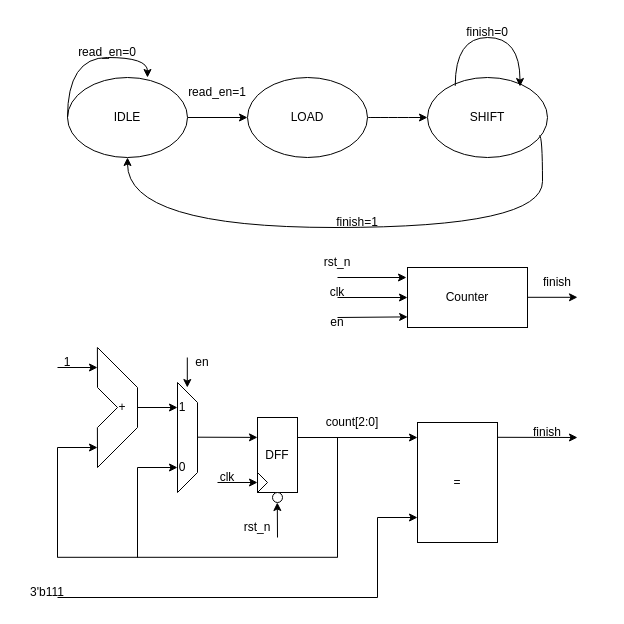
106210049/NVM-reader keeps this draw.io diagram as page "FSM" (2 of 4) of NVM.drawio. Above is the earlier version. Source tidied: cells renumbered, new cells numbered last; positions are measured from the earlier drawing's top-left corner, leaving out a move shared by most shapes. Both pictures are drawn from the tidied source at 100%, with x=0, y=0 at pixel (17, 17).
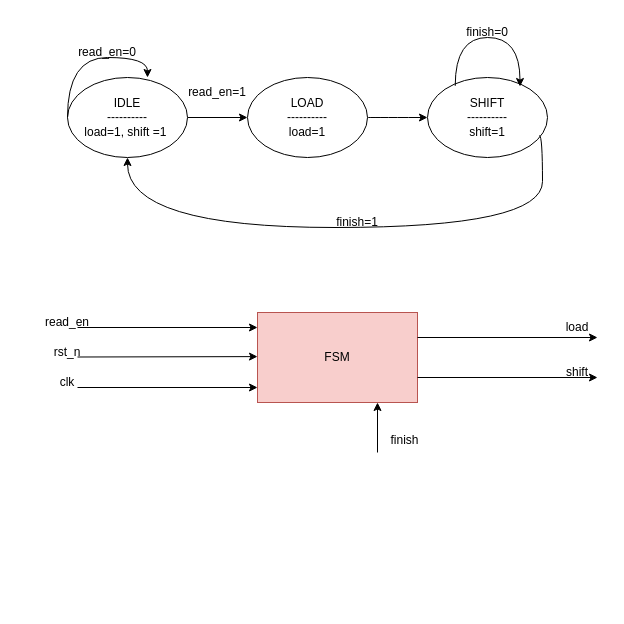
The same page after the edit.

Change to the diagram source:
```diff
@@
-    <mxCell id="3" value="IDLE" style="ellipse;whiteSpace=wrap;html=1;" parent="1" vertex="1">
+    <mxCell id="3" value="IDLE&lt;div&gt;&lt;div&gt;----------&lt;/div&gt;&lt;div&gt;load=1, shift =1&amp;nbsp;&lt;/div&gt;&lt;/div&gt;" style="ellipse;whiteSpace=wrap;html=1;" parent="1" vertex="1">
       <mxGeometry x="50" y="60" width="120" height="80" as="geometry" />
     </mxCell>
@@
-    <mxCell id="5" value="LOAD" style="ellipse;whiteSpace=wrap;html=1;" parent="1" vertex="1">
+    <mxCell id="5" value="LOAD&lt;div&gt;----------&lt;/div&gt;&lt;div&gt;load=1&lt;/div&gt;" style="ellipse;whiteSpace=wrap;html=1;" parent="1" vertex="1">
       <mxGeometry x="230" y="60" width="120" height="80" as="geometry" />
     </mxCell>
-    <mxCell id="6" value="SHIFT" style="ellipse;whiteSpace=wrap;html=1;" parent="1" vertex="1">
+    <mxCell id="6" value="SHIFT&lt;div&gt;&lt;div&gt;----------&lt;/div&gt;&lt;div&gt;shift=1&lt;/div&gt;&lt;/div&gt;" style="ellipse;whiteSpace=wrap;html=1;" parent="1" vertex="1">
       <mxGeometry x="410" y="60" width="120" height="80" as="geometry" />
     </mxCell>
@@
-    <mxCell id="14" style="endArrow=none;html=1;rounded=0;" parent="1" edge="1">
-      <mxGeometry relative="1" as="geometry">
-        <mxPoint x="120" y="370" as="sourcePoint" />
-        <mxPoint x="80" y="330" as="targetPoint" />
-      </mxGeometry>
-    </mxCell>
-    <mxCell id="15" style="endArrow=none;html=1;rounded=0;" parent="1" edge="1">
-      <mxGeometry relative="1" as="geometry">
-        <mxPoint x="120" y="410" as="sourcePoint" />
-        <mxPoint x="120" y="370" as="targetPoint" />
-      </mxGeometry>
-    </mxCell>
-    <mxCell id="16" style="endArrow=classic;html=1;rounded=0;" parent="1" edge="1">
-      <mxGeometry relative="1" as="geometry">
-        <mxPoint x="120" y="390" as="sourcePoint" />
-        <mxPoint x="160" y="390" as="targetPoint" />
-      </mxGeometry>
-    </mxCell>
-    <mxCell id="17" style="endArrow=none;html=1;rounded=0;" parent="1" edge="1">
-      <mxGeometry relative="1" as="geometry">
-        <mxPoint x="80" y="450" as="sourcePoint" />
-        <mxPoint x="120" y="410" as="targetPoint" />
-      </mxGeometry>
-    </mxCell>
-    <mxCell id="18" style="endArrow=none;html=1;rounded=0;" parent="1" edge="1">
-      <mxGeometry relative="1" as="geometry">
-        <mxPoint x="80" y="370" as="sourcePoint" />
-        <mxPoint x="79.9" y="330" as="targetPoint" />
-      </mxGeometry>
-    </mxCell>
-    <mxCell id="19" style="endArrow=none;html=1;rounded=0;" parent="1" edge="1">
-      <mxGeometry relative="1" as="geometry">
-        <mxPoint x="80" y="450" as="sourcePoint" />
-        <mxPoint x="79.9" y="410" as="targetPoint" />
-      </mxGeometry>
-    </mxCell>
-    <mxCell id="20" style="endArrow=none;html=1;rounded=0;" parent="1" edge="1">
-      <mxGeometry relative="1" as="geometry">
-        <mxPoint x="100" y="390" as="sourcePoint" />
-        <mxPoint x="80" y="370" as="targetPoint" />
-      </mxGeometry>
-    </mxCell>
-    <mxCell id="21" style="endArrow=none;html=1;rounded=0;" parent="1" edge="1">
-      <mxGeometry relative="1" as="geometry">
-        <mxPoint x="80" y="410" as="sourcePoint" />
-        <mxPoint x="100" y="390" as="targetPoint" />
-      </mxGeometry>
-    </mxCell>
-    <mxCell id="22" value="+" style="text;strokeColor=none;align=center;fillColor=none;html=1;verticalAlign=middle;whiteSpace=wrap;rounded=0;" parent="1" vertex="1">
-      <mxGeometry x="90" y="380" width="30" height="20" as="geometry" />
-    </mxCell>
-    <mxCell id="23" style="endArrow=classic;html=1;rounded=0;" parent="1" edge="1">
-      <mxGeometry relative="1" as="geometry">
-        <mxPoint x="40" y="350" as="sourcePoint" />
-        <mxPoint x="80" y="350" as="targetPoint" />
-      </mxGeometry>
-    </mxCell>
-    <mxCell id="24" style="endArrow=classic;html=1;rounded=0;" parent="1" edge="1">
-      <mxGeometry relative="1" as="geometry">
-        <mxPoint x="40" y="430" as="sourcePoint" />
-        <mxPoint x="80" y="430" as="targetPoint" />
-      </mxGeometry>
-    </mxCell>
-    <mxCell id="25" style="shape=trapezoid;perimeter=trapezoidPerimeter;whiteSpace=wrap;html=1;fixedSize=1;rotation=90;" parent="1" vertex="1">
-      <mxGeometry x="115" y="410" width="110" height="20" as="geometry" />
-    </mxCell>
-    <mxCell id="26" style="endArrow=classic;html=1;rounded=0;" parent="1" edge="1">
-      <mxGeometry relative="1" as="geometry">
-        <mxPoint x="120" y="450" as="sourcePoint" />
-        <mxPoint x="160" y="450" as="targetPoint" />
-      </mxGeometry>
-    </mxCell>
-    <mxCell id="27" style="endArrow=classic;html=1;rounded=0;" parent="1" edge="1">
-      <mxGeometry relative="1" as="geometry">
-        <mxPoint x="180" y="419.7" as="sourcePoint" />
-        <mxPoint x="240" y="419.9" as="targetPoint" />
-      </mxGeometry>
-    </mxCell>
-    <mxCell id="28" value="DFF" style="rounded=0;whiteSpace=wrap;html=1;" parent="1" vertex="1">
-      <mxGeometry x="240" y="400" width="40" height="75" as="geometry" />
-    </mxCell>
-    <mxCell id="29" style="endArrow=classic;html=1;rounded=0;entryX=0;entryY=0.125;entryDx=0;entryDy=0;entryPerimeter=0;" parent="1" edge="1" target="35">
-      <mxGeometry relative="1" as="geometry">
-        <mxPoint x="280" y="420" as="sourcePoint" />
-      </mxGeometry>
-    </mxCell>
-    <mxCell id="30" style="triangle;whiteSpace=wrap;html=1;" parent="1" vertex="1">
-      <mxGeometry x="240" y="455" width="10" height="20" as="geometry" />
-    </mxCell>
-    <mxCell id="31" style="endArrow=none;html=1;rounded=0;" parent="1" edge="1">
-      <mxGeometry relative="1" as="geometry">
-        <mxPoint x="120" y="540" as="sourcePoint" />
-        <mxPoint x="120" y="450" as="targetPoint" />
-      </mxGeometry>
-    </mxCell>
-    <mxCell id="32" style="endArrow=none;html=1;rounded=0;" parent="1" edge="1">
-      <mxGeometry relative="1" as="geometry">
-        <mxPoint x="40" y="539.8" as="sourcePoint" />
-        <mxPoint x="320" y="539.8" as="targetPoint" />
-      </mxGeometry>
-    </mxCell>
-    <mxCell id="33" style="endArrow=none;html=1;rounded=0;" parent="1" edge="1">
-      <mxGeometry relative="1" as="geometry">
-        <mxPoint x="40" y="540" as="sourcePoint" />
-        <mxPoint x="40" y="430" as="targetPoint" />
-      </mxGeometry>
-    </mxCell>
-    <mxCell id="34" style="endArrow=none;html=1;rounded=0;" parent="1" edge="1">
-      <mxGeometry relative="1" as="geometry">
-        <mxPoint x="320" y="540" as="sourcePoint" />
-        <mxPoint x="320" y="420" as="targetPoint" />
-      </mxGeometry>
-    </mxCell>
-    <mxCell id="35" value="=" style="rounded=0;whiteSpace=wrap;html=1;" parent="1" vertex="1">
-      <mxGeometry x="400" y="405" width="80" height="120" as="geometry" />
-    </mxCell>
-    <mxCell id="36" style="endArrow=classic;html=1;rounded=0;" parent="1" edge="1">
-      <mxGeometry relative="1" as="geometry">
-        <mxPoint x="360" y="500" as="sourcePoint" />
-        <mxPoint x="400" y="500" as="targetPoint" />
-      </mxGeometry>
-    </mxCell>
-    <mxCell id="37" style="endArrow=none;html=1;rounded=0;" parent="1" edge="1">
-      <mxGeometry relative="1" as="geometry">
-        <mxPoint x="360" y="580" as="sourcePoint" />
-        <mxPoint x="360" y="500" as="targetPoint" />
-      </mxGeometry>
-    </mxCell>
-    <mxCell id="38" style="endArrow=none;html=1;rounded=0;" parent="1" edge="1">
-      <mxGeometry relative="1" as="geometry">
-        <mxPoint x="40" y="580" as="sourcePoint" />
-        <mxPoint x="360" y="580" as="targetPoint" />
-      </mxGeometry>
-    </mxCell>
-    <mxCell id="39" value="3'b111" style="text;strokeColor=none;align=center;fillColor=none;html=1;verticalAlign=middle;whiteSpace=wrap;rounded=0;" parent="1" vertex="1">
-      <mxGeometry y="560" width="60" height="30" as="geometry" />
-    </mxCell>
-    <mxCell id="40" value="1" style="text;strokeColor=none;align=center;fillColor=none;html=1;verticalAlign=middle;whiteSpace=wrap;rounded=0;" parent="1" vertex="1">
-      <mxGeometry x="20" y="330" width="60" height="30" as="geometry" />
-    </mxCell>
-    <mxCell id="41" value="1" style="text;strokeColor=none;align=center;fillColor=none;html=1;verticalAlign=middle;whiteSpace=wrap;rounded=0;" parent="1" vertex="1">
-      <mxGeometry x="150" y="375" width="30" height="30" as="geometry" />
-    </mxCell>
-    <mxCell id="42" value="0" style="text;strokeColor=none;align=center;fillColor=none;html=1;verticalAlign=middle;whiteSpace=wrap;rounded=0;" parent="1" vertex="1">
-      <mxGeometry x="150" y="435" width="30" height="30" as="geometry" />
-    </mxCell>
-    <mxCell id="43" style="endArrow=classic;html=1;rounded=0;" parent="1" edge="1">
-      <mxGeometry relative="1" as="geometry">
-        <mxPoint x="169.8" y="340" as="sourcePoint" />
-        <mxPoint x="169.8" y="370" as="targetPoint" />
-      </mxGeometry>
-    </mxCell>
-    <mxCell id="44" value="en" style="text;strokeColor=none;align=center;fillColor=none;html=1;verticalAlign=middle;whiteSpace=wrap;rounded=0;" parent="1" vertex="1">
-      <mxGeometry x="170" y="330" width="30" height="30" as="geometry" />
-    </mxCell>
-    <mxCell id="45" style="endArrow=classic;html=1;rounded=0;" parent="1" edge="1">
-      <mxGeometry relative="1" as="geometry">
-        <mxPoint x="480" y="419.8" as="sourcePoint" />
-        <mxPoint x="560" y="420" as="targetPoint" />
-      </mxGeometry>
-    </mxCell>
-    <mxCell id="46" value="count[2:0]" style="text;strokeColor=none;align=center;fillColor=none;html=1;verticalAlign=middle;whiteSpace=wrap;rounded=0;" parent="1" vertex="1">
-      <mxGeometry x="305" y="390" width="60" height="30" as="geometry" />
-    </mxCell>
-    <mxCell id="47" value="finish" style="text;strokeColor=none;align=center;fillColor=none;html=1;verticalAlign=middle;whiteSpace=wrap;rounded=0;" parent="1" vertex="1">
-      <mxGeometry x="500" y="400" width="60" height="30" as="geometry" />
-    </mxCell>
-    <mxCell id="48" style="endArrow=classic;html=1;rounded=0;" parent="1" edge="1">
-      <mxGeometry relative="1" as="geometry">
-        <mxPoint x="200" y="465" as="sourcePoint" />
-        <mxPoint x="240" y="465" as="targetPoint" />
-      </mxGeometry>
-    </mxCell>
-    <mxCell id="49" value="clk" style="text;strokeColor=none;align=center;fillColor=none;html=1;verticalAlign=middle;whiteSpace=wrap;rounded=0;" parent="1" vertex="1">
-      <mxGeometry x="195" y="445" width="30" height="30" as="geometry" />
-    </mxCell>
-    <mxCell id="50" style="ellipse;whiteSpace=wrap;html=1;" parent="1" vertex="1">
-      <mxGeometry x="255" y="475" width="10" height="10" as="geometry" />
-    </mxCell>
-    <mxCell id="51" style="endArrow=classic;html=1;rounded=0;" parent="1" edge="1">
-      <mxGeometry relative="1" as="geometry">
-        <mxPoint x="260" y="520" as="sourcePoint" />
-        <mxPoint x="259.8" y="485" as="targetPoint" />
-      </mxGeometry>
-    </mxCell>
-    <mxCell id="52" value="rst_n" style="text;strokeColor=none;align=center;fillColor=none;html=1;verticalAlign=middle;whiteSpace=wrap;rounded=0;" parent="1" vertex="1">
-      <mxGeometry x="225" y="495" width="30" height="30" as="geometry" />
-    </mxCell>
-    <mxCell id="53" value="Counter" style="rounded=0;whiteSpace=wrap;html=1;" parent="1" vertex="1">
-      <mxGeometry x="390" y="250" width="120" height="60" as="geometry" />
-    </mxCell>
-    <mxCell id="54" style="endArrow=classic;html=1;rounded=0;" parent="1" edge="1">
-      <mxGeometry relative="1" as="geometry">
-        <mxPoint x="320" y="260" as="sourcePoint" />
-        <mxPoint x="389" y="260" as="targetPoint" />
-      </mxGeometry>
-    </mxCell>
-    <mxCell id="55" style="endArrow=classic;html=1;rounded=0;entryX=0;entryY=0.5;entryDx=0;entryDy=0;" parent="1" edge="1" target="53">
-      <mxGeometry relative="1" as="geometry">
-        <mxPoint x="320" y="280" as="sourcePoint" />
-      </mxGeometry>
-    </mxCell>
-    <mxCell id="56" style="endArrow=classic;html=1;rounded=0;entryX=0.001;entryY=0.823;entryDx=0;entryDy=0;entryPerimeter=0;" parent="1" edge="1" target="53">
-      <mxGeometry relative="1" as="geometry">
-        <mxPoint x="320" y="300" as="sourcePoint" />
-      </mxGeometry>
-    </mxCell>
-    <mxCell id="57" value="en" style="text;strokeColor=none;align=center;fillColor=none;html=1;verticalAlign=middle;whiteSpace=wrap;rounded=0;" parent="1" vertex="1">
-      <mxGeometry x="290" y="290" width="60" height="30" as="geometry" />
-    </mxCell>
-    <mxCell id="58" value="clk" style="text;strokeColor=none;align=center;fillColor=none;html=1;verticalAlign=middle;whiteSpace=wrap;rounded=0;" parent="1" vertex="1">
-      <mxGeometry x="305" y="260" width="30" height="30" as="geometry" />
-    </mxCell>
-    <mxCell id="59" value="rst_n" style="text;strokeColor=none;align=center;fillColor=none;html=1;verticalAlign=middle;whiteSpace=wrap;rounded=0;" parent="1" vertex="1">
-      <mxGeometry x="305" y="230" width="30" height="30" as="geometry" />
-    </mxCell>
-    <mxCell id="60" style="endArrow=classic;html=1;rounded=0;" parent="1" edge="1">
-      <mxGeometry relative="1" as="geometry">
-        <mxPoint x="510" y="279.8" as="sourcePoint" />
-        <mxPoint x="560" y="279.8" as="targetPoint" />
-      </mxGeometry>
-    </mxCell>
-    <mxCell id="61" value="finish" style="text;strokeColor=none;align=center;fillColor=none;html=1;verticalAlign=middle;whiteSpace=wrap;rounded=0;" parent="1" vertex="1">
-      <mxGeometry x="510" y="250" width="60" height="30" as="geometry" />
-    </mxCell>
+    <mxCell id="62" value="FSM" style="rounded=0;whiteSpace=wrap;html=1;fillColor=#f8cecc;strokeColor=#b85450;" parent="1" vertex="1">
+      <mxGeometry x="240" y="295" width="160" height="90" as="geometry" />
+    </mxCell>
+    <mxCell id="63" style="endArrow=classic;html=1;rounded=0;" parent="1" edge="1">
+      <mxGeometry relative="1" as="geometry">
+        <mxPoint x="60" y="370" as="sourcePoint" />
+        <mxPoint x="240" y="370" as="targetPoint" />
+      </mxGeometry>
+    </mxCell>
+    <mxCell id="64" style="endArrow=classic;html=1;rounded=0;" parent="1" edge="1">
+      <mxGeometry relative="1" as="geometry">
+        <mxPoint x="60" y="310" as="sourcePoint" />
+        <mxPoint x="240" y="310" as="targetPoint" />
+      </mxGeometry>
+    </mxCell>
+    <mxCell id="65" style="endArrow=classic;html=1;rounded=0;" parent="1" edge="1">
+      <mxGeometry relative="1" as="geometry">
+        <mxPoint x="60" y="339.5" as="sourcePoint" />
+        <mxPoint x="240" y="339.1" as="targetPoint" />
+      </mxGeometry>
+    </mxCell>
+    <mxCell id="66" value="read_en" style="text;strokeColor=none;align=center;fillColor=none;html=1;verticalAlign=middle;whiteSpace=wrap;rounded=0;" parent="1" vertex="1">
+      <mxGeometry x="20" y="290" width="60" height="30" as="geometry" />
+    </mxCell>
+    <mxCell id="67" value="rst_n" style="text;strokeColor=none;align=center;fillColor=none;html=1;verticalAlign=middle;whiteSpace=wrap;rounded=0;" parent="1" vertex="1">
+      <mxGeometry x="20" y="320" width="60" height="30" as="geometry" />
+    </mxCell>
+    <mxCell id="68" value="clk" style="text;strokeColor=none;align=center;fillColor=none;html=1;verticalAlign=middle;whiteSpace=wrap;rounded=0;" parent="1" vertex="1">
+      <mxGeometry x="20" y="350" width="60" height="30" as="geometry" />
+    </mxCell>
+    <mxCell id="69" style="endArrow=classic;html=1;rounded=0;" parent="1" edge="1">
+      <mxGeometry relative="1" as="geometry">
+        <mxPoint x="400" y="320" as="sourcePoint" />
+        <mxPoint x="580" y="320" as="targetPoint" />
+      </mxGeometry>
+    </mxCell>
+    <mxCell id="70" style="endArrow=classic;html=1;rounded=0;" parent="1" edge="1">
+      <mxGeometry relative="1" as="geometry">
+        <mxPoint x="400" y="360" as="sourcePoint" />
+        <mxPoint x="580" y="360" as="targetPoint" />
+      </mxGeometry>
+    </mxCell>
+    <mxCell id="71" value="load" style="text;strokeColor=none;align=center;fillColor=none;html=1;verticalAlign=middle;whiteSpace=wrap;rounded=0;" parent="1" vertex="1">
+      <mxGeometry x="530" y="295" width="60" height="30" as="geometry" />
+    </mxCell>
+    <mxCell id="72" value="shift" style="text;strokeColor=none;align=center;fillColor=none;html=1;verticalAlign=middle;whiteSpace=wrap;rounded=0;" parent="1" vertex="1">
+      <mxGeometry x="530" y="340" width="60" height="30" as="geometry" />
+    </mxCell>
+    <mxCell id="73" value="finish" style="text;strokeColor=none;align=center;fillColor=none;html=1;verticalAlign=middle;whiteSpace=wrap;rounded=0;" parent="1" vertex="1">
+      <mxGeometry x="365" y="410" width="45" height="25" as="geometry" />
+    </mxCell>
+    <mxCell id="74" style="endArrow=classic;html=1;rounded=0;" parent="1" edge="1">
+      <mxGeometry relative="1" as="geometry">
+        <mxPoint x="360" y="435" as="sourcePoint" />
+        <mxPoint x="360" y="385" as="targetPoint" />
+      </mxGeometry>
+    </mxCell>
```
